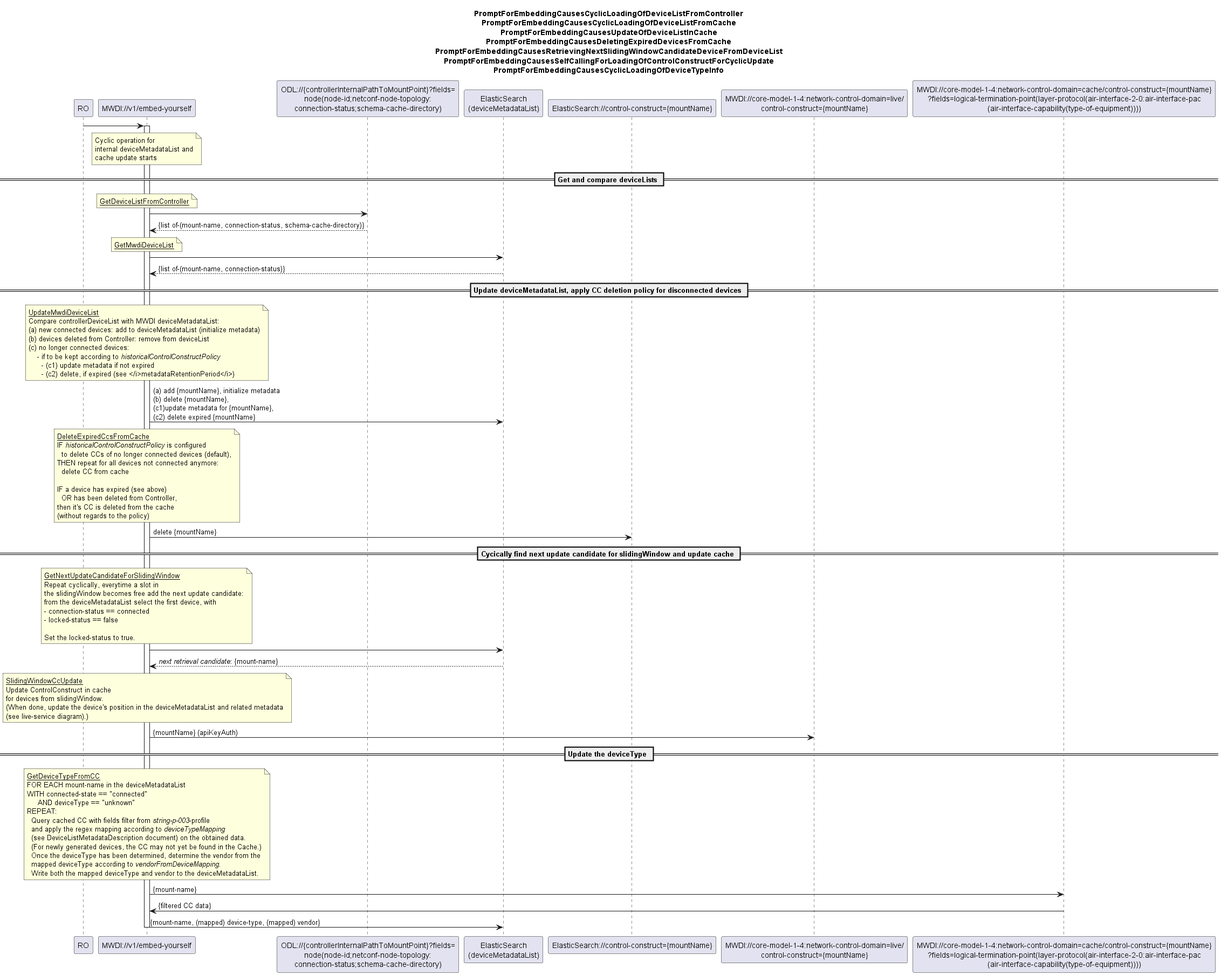
Above: spec/diagrams/00x_CyclicOperationBasedDeviceListSync.png in openBackhaul/MicroWaveDeviceInventory (PlantUML), before the change.
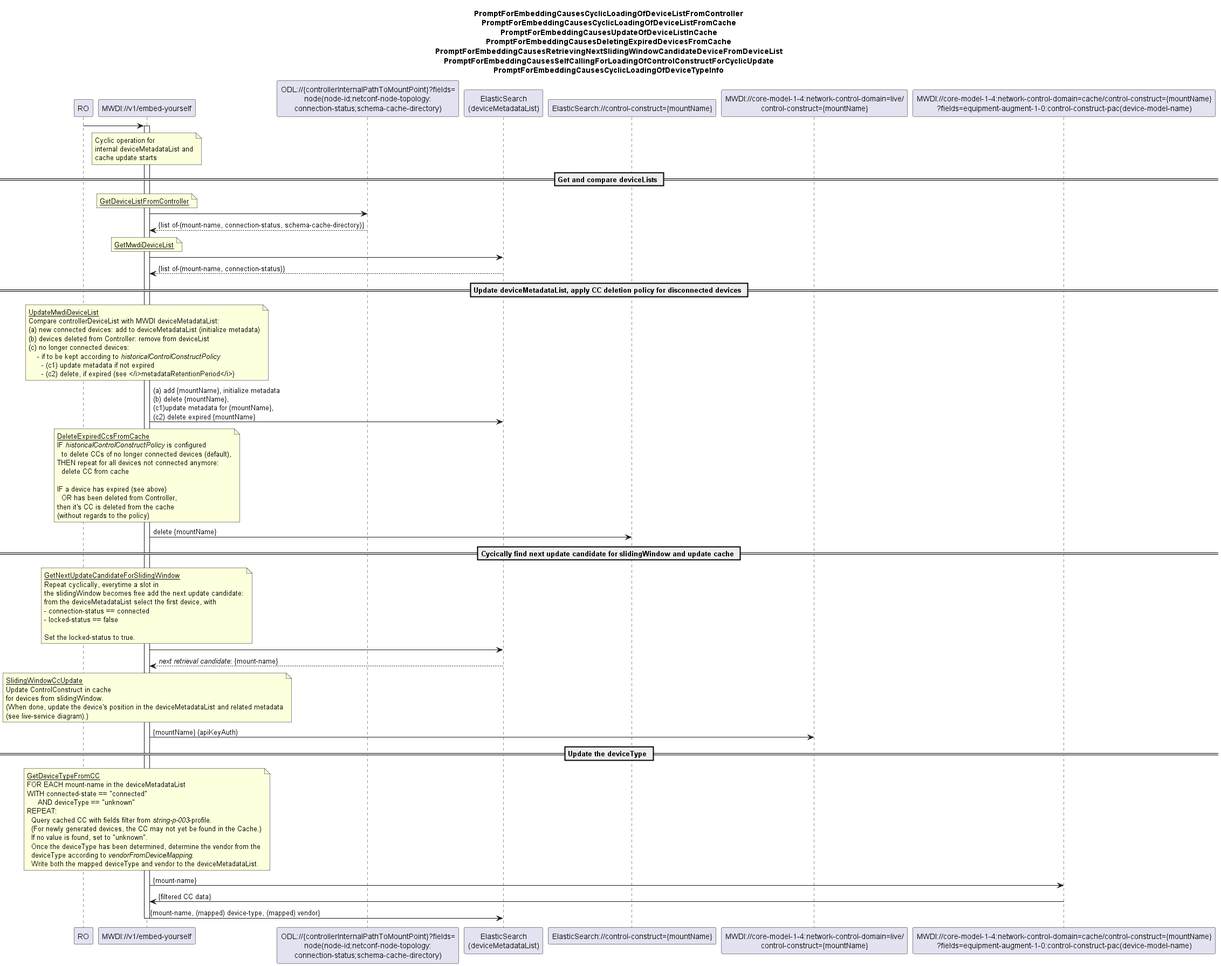
The same file after the commit.

Change to the diagram source:
```diff
@@ -17,7 +17,7 @@
 participant "ElasticSearch\n(deviceMetadataList)" as deviceList
 participant "ElasticSearch://control-construct={mountName}" as ccInCache
 participant "MWDI://core-model-1-4:network-control-domain=live/\ncontrol-construct={mountName}" as ControlConstruct
-participant "MWDI://core-model-1-4:network-control-domain=cache/control-construct={mountName}\n?fields=logical-termination-point(layer-protocol(air-interface-2-0:air-interface-pac\n(air-interface-capability(type-of-equipment))))" as mwdiDevType
+participant "MWDI://core-model-1-4:network-control-domain=cache/control-construct={mountName}\n?fields=equipment-augment-1-0:control-construct-pac(device-model-name)" as mwdiDevType
 
 ro -> mwdi
 activate mwdi
@@ -102,12 +102,11 @@
   WITH connected-state == "connected"
        AND deviceType == "unknown"
   REPEAT:
-    Query cached CC with fields filter from <i>string-p-003</i>-profile
-    and apply the regex mapping according to <i>deviceTypeMapping</i>
-    (see DeviceListMetadataDescription document) on the obtained data.
+    Query cached CC with fields filter from <i>string-p-003</i>-profile.
     (For newly generated devices, the CC may not yet be found in the Cache.)
+    If no value is found, set to "unknown".
     Once the deviceType has been determined, determine the vendor from the
-    mapped deviceType according to <i>vendorFromDeviceMapping</i>.
+    deviceType according to <i>vendorFromDeviceMapping</i>.
     Write both the mapped deviceType and vendor to the deviceMetadataList.
 end note
 mwdi -> mwdiDevType: {mount-name}
```
